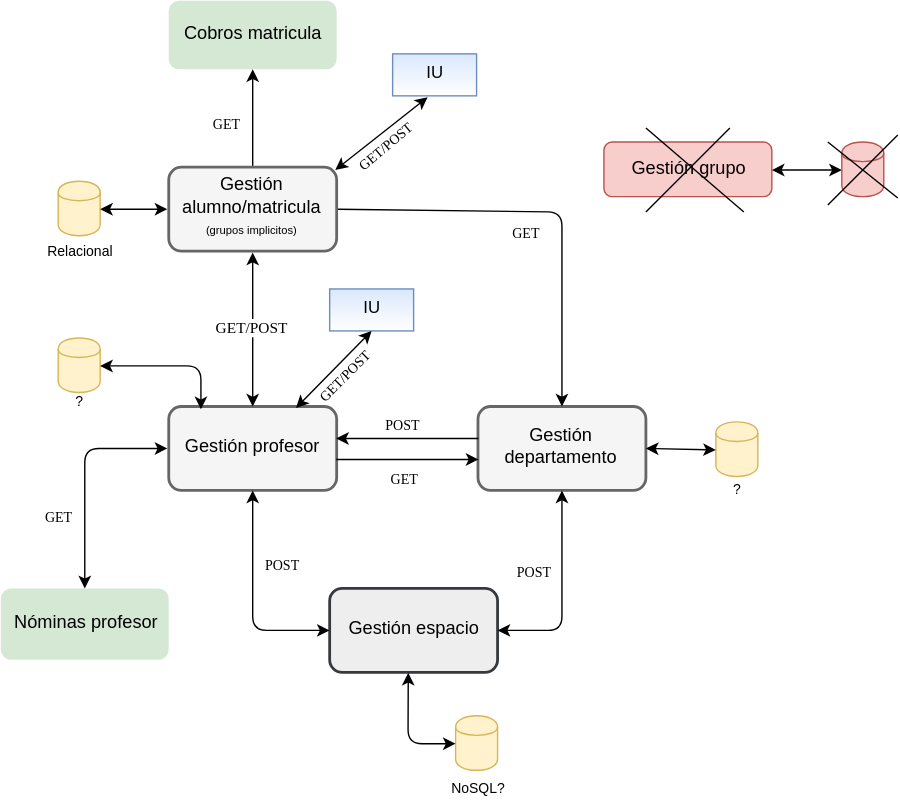
Earlier version of the draw.io export modelo.svg (santosuah/ServidoFlaskMyDB). Source tidied: cells renumbered, new cells last; positions are measured from the earlier drawing's top-left corner, leaving out a move shared by most shapes. The source it was exported from:
```xml
<mxGraphModel background="#ffffff">
  <root>
    <mxCell id="0" />
    <mxCell id="1" parent="0" />
    <mxCell id="2" value="Gestión alumno/matricula&lt;br&gt;&lt;font style=&quot;font-size: 8px&quot;&gt;(grupos implicitos)&lt;/font&gt;" style="rounded=1;whiteSpace=wrap;html=1;align=center;fontSize=13;fillColor=#f5f5f5;strokeColor=#666666;gradientColor=none;shadow=0;glass=0;comic=0;perimeterSpacing=1;strokeWidth=2;" parent="1" vertex="1">
      <mxGeometry x="120" y="119" width="120" height="60" as="geometry" />
    </mxCell>
    <mxCell id="3" value="Gestión grupo" style="rounded=1;whiteSpace=wrap;html=1;fontSize=13;fillColor=#f8cecc;strokeColor=#b85450;" parent="1" vertex="1">
      <mxGeometry x="431" y="101" width="120" height="39" as="geometry" />
    </mxCell>
    <mxCell id="4" value="Cobros matricula" style="rounded=1;html=1;fontStyle=0;fontSize=13;horizontal=1;align=center;labelPosition=center;verticalLabelPosition=middle;verticalAlign=middle;labelBackgroundColor=none;fontColor=#000000;labelBorderColor=none;whiteSpace=wrap;fillColor=#d5e8d4;strokeColor=none;gradientColor=none;gradientDirection=south;" parent="1" vertex="1">
      <mxGeometry x="120" width="120" height="49" as="geometry" />
    </mxCell>
    <mxCell id="5" value="Gestión departamento" style="rounded=1;whiteSpace=wrap;html=1;fontSize=13;fillColor=#f5f5f5;strokeColor=#666666;strokeWidth=2;" parent="1" vertex="1">
      <mxGeometry x="341" y="290" width="120" height="60" as="geometry" />
    </mxCell>
    <mxCell id="6" value="Gestión profesor" style="rounded=1;whiteSpace=wrap;html=1;fontSize=13;fillColor=#f5f5f5;strokeColor=#666666;strokeWidth=2;" parent="1" vertex="1">
      <mxGeometry x="120" y="290" width="120" height="60" as="geometry" />
    </mxCell>
    <mxCell id="7" value="Nóminas profesor" style="rounded=1;whiteSpace=wrap;html=1;fontSize=13;fillColor=#d5e8d4;strokeColor=none;" parent="1" vertex="1">
      <mxGeometry y="420" width="120" height="51" as="geometry" />
    </mxCell>
    <mxCell id="8" value="Gestión espacio" style="rounded=1;whiteSpace=wrap;html=1;verticalAlign=middle;fontSize=13;fillColor=#eeeeee;strokeColor=#36393d;strokeWidth=2;" parent="1" vertex="1">
      <mxGeometry x="235" y="420" width="120" height="60" as="geometry" />
    </mxCell>
    <mxCell id="9" style="shape=cylinder;whiteSpace=wrap;html=1;boundedLbl=1;fillColor=#fff2cc;strokeColor=#d6b656;" parent="1" vertex="1">
      <mxGeometry x="41" y="129" width="30" height="39" as="geometry" />
    </mxCell>
    <mxCell id="10" style="endArrow=classic;startArrow=classic;html=1;fontFamily=Lucida Console;entryX=0;entryY=0.5;exitX=1;exitY=0.5;" parent="1" edge="1" source="9" target="2">
      <mxGeometry relative="1" as="geometry" />
    </mxCell>
    <mxCell id="11" style="endArrow=classic;startArrow=classic;html=1;fontFamily=Lucida Console;entryX=0.5;entryY=1;exitX=0;exitY=0.5;" parent="1" edge="1" source="8" target="6">
      <mxGeometry relative="1" as="geometry">
        <Array as="points">
          <mxPoint x="180" y="450" />
        </Array>
      </mxGeometry>
    </mxCell>
    <mxCell id="12" style="endArrow=classic;startArrow=classic;html=1;fontFamily=Lucida Console;exitX=0.5;exitY=0;" parent="1" edge="1" source="7">
      <mxGeometry relative="1" as="geometry">
        <mxPoint x="119" y="320" as="targetPoint" />
        <Array as="points">
          <mxPoint x="60" y="320" />
        </Array>
      </mxGeometry>
    </mxCell>
    <mxCell id="13" value="GET/POST" style="endArrow=classic;startArrow=classic;html=1;fontFamily=Lucida Console;entryX=0.5;entryY=1;exitX=0.5;exitY=0;" parent="1" edge="1" source="6" target="2">
      <mxGeometry relative="1" as="geometry">
        <Array as="points">
          <mxPoint x="180" y="231" />
        </Array>
      </mxGeometry>
    </mxCell>
    <mxCell id="14" style="endArrow=classic;startArrow=classic;html=1;fontFamily=Lucida Console;entryX=0.5;entryY=1;exitX=1;exitY=0.5;" parent="1" edge="1" source="8" target="5">
      <mxGeometry relative="1" as="geometry">
        <Array as="points">
          <mxPoint x="401" y="450" />
        </Array>
      </mxGeometry>
    </mxCell>
    <mxCell id="15" style="endArrow=classic;startArrow=classic;html=1;fontFamily=Lucida Console;exitX=1;exitY=0.5;entryX=0;entryY=0.5;" parent="1" edge="1" source="3" target="16">
      <mxGeometry relative="1" as="geometry" />
    </mxCell>
    <mxCell id="16" style="shape=cylinder;whiteSpace=wrap;html=1;boundedLbl=1;fontColor=#000000;fillColor=#f8cecc;strokeColor=#b85450;" parent="1" vertex="1">
      <mxGeometry x="601" y="101" width="30" height="39" as="geometry" />
    </mxCell>
    <mxCell id="17" style="shape=cylinder;whiteSpace=wrap;html=1;boundedLbl=1;fillColor=#fff2cc;strokeColor=#d6b656;" parent="1" vertex="1">
      <mxGeometry x="41" y="241" width="30" height="39" as="geometry" />
    </mxCell>
    <mxCell id="18" style="endArrow=classic;startArrow=classic;html=1;fontFamily=Lucida Console;entryX=0.192;entryY=0.033;exitX=1;exitY=0.5;entryPerimeter=0;" parent="1" edge="1" source="17" target="6">
      <mxGeometry relative="1" as="geometry">
        <Array as="points">
          <mxPoint x="143" y="261" />
        </Array>
      </mxGeometry>
    </mxCell>
    <mxCell id="19" style="shape=cylinder;whiteSpace=wrap;html=1;boundedLbl=1;fillColor=#fff2cc;strokeColor=#d6b656;" parent="1" vertex="1">
      <mxGeometry x="325" y="511" width="30" height="39" as="geometry" />
    </mxCell>
    <mxCell id="20" style="endArrow=classic;startArrow=classic;html=1;fontFamily=Lucida Console;entryX=0;entryY=0.5;exitX=0.25;exitY=1;" parent="1" edge="1" target="19">
      <mxGeometry relative="1" as="geometry">
        <mxPoint x="291.2" y="480.3" as="sourcePoint" />
        <Array as="points">
          <mxPoint x="291" y="531" />
        </Array>
      </mxGeometry>
    </mxCell>
    <mxCell id="21" style="shape=cylinder;whiteSpace=wrap;html=1;boundedLbl=1;fillColor=#fff2cc;strokeColor=#d6b656;" parent="1" vertex="1">
      <mxGeometry x="511" y="301" width="30" height="39" as="geometry" />
    </mxCell>
    <mxCell id="22" style="endArrow=classic;startArrow=classic;html=1;fontFamily=Lucida Console;exitX=1;exitY=0.5;entryX=0;entryY=0.5;" parent="1" edge="1" source="5" target="21">
      <mxGeometry relative="1" as="geometry" />
    </mxCell>
    <mxCell id="23" value="IU" style="rounded=0;whiteSpace=wrap;html=1;fillColor=#dae8fc;strokeColor=#6c8ebf;gradientColor=#ffffff;" parent="1" vertex="1">
      <mxGeometry x="280" y="38" width="60" height="30" as="geometry" />
    </mxCell>
    <mxCell id="24" value="IU" style="rounded=0;whiteSpace=wrap;html=1;fillColor=#dae8fc;strokeColor=#6c8ebf;gradientColor=#ffffff;" parent="1" vertex="1">
      <mxGeometry x="235" y="206" width="60" height="30" as="geometry" />
    </mxCell>
    <mxCell id="25" style="endArrow=classic;html=1;fontFamily=Lucida Console;fontSize=13;fontColor=#000000;entryX=0.5;entryY=0;strokeWidth=1;" parent="1" edge="1" target="5">
      <mxGeometry relative="1" as="geometry">
        <mxPoint x="241" y="149" as="sourcePoint" />
        <Array as="points">
          <mxPoint x="401" y="151" />
        </Array>
      </mxGeometry>
    </mxCell>
    <mxCell id="26" value="GET" style="text;html=1;strokeColor=none;fillColor=none;align=center;verticalAlign=middle;whiteSpace=wrap;rounded=0;labelBackgroundColor=none;fontFamily=Lucida Console;fontSize=10;fontColor=#000000;" parent="1" vertex="1">
      <mxGeometry x="355" y="158" width="40" height="20" as="geometry" />
    </mxCell>
    <mxCell id="27" style="endArrow=classic;html=1;fontFamily=Lucida Console;fontSize=13;fontColor=#000000;exitX=0.5;exitY=0;entryX=0.5;entryY=1;" parent="1" edge="1" source="2" target="4">
      <mxGeometry relative="1" as="geometry" />
    </mxCell>
    <mxCell id="28" value="GET" style="text;html=1;strokeColor=none;fillColor=none;align=center;verticalAlign=middle;whiteSpace=wrap;rounded=0;labelBackgroundColor=none;fontFamily=Lucida Console;fontSize=10;fontColor=#000000;" parent="1" vertex="1">
      <mxGeometry x="141" y="80" width="40" height="20" as="geometry" />
    </mxCell>
    <mxCell id="29" style="endArrow=classic;startArrow=classic;html=1;fontFamily=Lucida Console;fontSize=13;fontColor=#000000;exitX=0.98;exitY=0.052;exitPerimeter=0;entryX=0.42;entryY=1.033;entryPerimeter=0;" parent="1" edge="1" source="2" target="23">
      <mxGeometry relative="1" as="geometry" />
    </mxCell>
    <mxCell id="30" value="GET/POST" style="text;html=1;strokeColor=none;fillColor=none;align=center;verticalAlign=middle;whiteSpace=wrap;rounded=0;labelBackgroundColor=none;fontFamily=Lucida Console;fontSize=10;fontColor=#000000;rotation=-40;fontStyle=0;" parent="1" vertex="1">
      <mxGeometry x="238" y="91" width="76" height="30" as="geometry" />
    </mxCell>
    <mxCell id="31" value="GET/POST" style="text;html=1;strokeColor=none;fillColor=none;align=center;verticalAlign=middle;whiteSpace=wrap;rounded=0;labelBackgroundColor=none;fontFamily=Lucida Console;fontSize=10;fontColor=#000000;rotation=-45;" parent="1" vertex="1">
      <mxGeometry x="222" y="262" width="50" height="16" as="geometry" />
    </mxCell>
    <mxCell id="32" style="endArrow=classic;startArrow=classic;html=1;fontFamily=Lucida Console;fontSize=10;fontColor=#000000;entryX=0.5;entryY=1;" parent="1" edge="1" target="24">
      <mxGeometry relative="1" as="geometry">
        <mxPoint x="211" y="291" as="sourcePoint" />
      </mxGeometry>
    </mxCell>
    <mxCell id="33" value="GET" style="text;html=1;strokeColor=none;fillColor=none;align=center;verticalAlign=middle;whiteSpace=wrap;rounded=0;labelBackgroundColor=none;fontFamily=Lucida Console;fontSize=10;fontColor=#000000;" parent="1" vertex="1">
      <mxGeometry x="21" y="361" width="40" height="20" as="geometry" />
    </mxCell>
    <mxCell id="34" style="endArrow=classic;html=1;fontFamily=Lucida Console;fontSize=10;fontColor=#000000;exitX=0;exitY=0.5;entryX=1;entryY=0.5;" parent="1" edge="1">
      <mxGeometry relative="1" as="geometry">
        <mxPoint x="341.3" y="312.8" as="sourcePoint" />
        <mxPoint x="239.7" y="312.8" as="targetPoint" />
      </mxGeometry>
    </mxCell>
    <mxCell id="35" value="POST" style="text;html=1;strokeColor=none;fillColor=none;align=center;verticalAlign=middle;whiteSpace=wrap;rounded=0;labelBackgroundColor=none;fontFamily=Lucida Console;fontSize=10;fontColor=#000000;" parent="1" vertex="1">
      <mxGeometry x="267" y="295" width="40" height="20" as="geometry" />
    </mxCell>
    <mxCell id="36" value="POST" style="text;html=1;strokeColor=none;fillColor=none;align=center;verticalAlign=middle;whiteSpace=wrap;rounded=0;labelBackgroundColor=none;fontFamily=Lucida Console;fontSize=10;fontColor=#000000;" parent="1" vertex="1">
      <mxGeometry x="181" y="395" width="40" height="20" as="geometry" />
    </mxCell>
    <mxCell id="37" style="endArrow=classic;html=1;exitX=1;exitY=0.75;entryX=0;entryY=0.75;" parent="1" edge="1">
      <mxGeometry relative="1" as="geometry">
        <mxPoint x="239.7" y="327.8" as="sourcePoint" />
        <mxPoint x="341.3" y="327.8" as="targetPoint" />
      </mxGeometry>
    </mxCell>
    <mxCell id="38" value="GET" style="text;html=1;strokeColor=none;fillColor=none;align=center;verticalAlign=middle;whiteSpace=wrap;rounded=0;labelBackgroundColor=none;fontFamily=Lucida Console;fontSize=10;fontColor=#000000;direction=south;" parent="1" vertex="1">
      <mxGeometry x="278" y="324" width="20" height="40" as="geometry" />
    </mxCell>
    <mxCell id="39" style="endArrow=none;html=1;" parent="1" edge="1">
      <mxGeometry relative="1" as="geometry">
        <mxPoint x="591" y="146" as="sourcePoint" />
        <mxPoint x="641" y="96" as="targetPoint" />
      </mxGeometry>
    </mxCell>
    <mxCell id="40" style="endArrow=none;html=1;" parent="1" edge="1">
      <mxGeometry relative="1" as="geometry">
        <mxPoint x="591" y="101" as="sourcePoint" />
        <mxPoint x="641" y="141" as="targetPoint" />
      </mxGeometry>
    </mxCell>
    <mxCell id="41" style="endArrow=none;html=1;" parent="1" edge="1">
      <mxGeometry relative="1" as="geometry">
        <mxPoint x="461" y="151" as="sourcePoint" />
        <mxPoint x="521" y="91" as="targetPoint" />
      </mxGeometry>
    </mxCell>
    <mxCell id="42" style="endArrow=none;html=1;" parent="1" edge="1">
      <mxGeometry relative="1" as="geometry">
        <mxPoint x="461" y="91" as="sourcePoint" />
        <mxPoint x="531" y="151" as="targetPoint" />
      </mxGeometry>
    </mxCell>
    <mxCell id="43" value="NoSQL?" style="text;html=1;strokeColor=none;fillColor=none;align=center;verticalAlign=middle;whiteSpace=wrap;rounded=0;labelBackgroundColor=none;fontFamily=Helvetica;fontSize=10;fontColor=#000000;" parent="1" vertex="1">
      <mxGeometry x="321" y="555" width="40" height="20" as="geometry" />
    </mxCell>
    <mxCell id="44" value="Relacional" style="text;html=1;strokeColor=none;fillColor=none;align=center;verticalAlign=middle;whiteSpace=wrap;rounded=0;labelBackgroundColor=none;fontFamily=Helvetica;fontSize=10;fontColor=#000000;" parent="1" vertex="1">
      <mxGeometry x="36" y="171" width="40" height="20" as="geometry" />
    </mxCell>
    <mxCell id="45" value="?" style="text;html=1;strokeColor=none;fillColor=none;align=center;verticalAlign=middle;whiteSpace=wrap;rounded=0;labelBackgroundColor=none;fontFamily=Helvetica;fontSize=10;fontColor=#000000;" parent="1" vertex="1">
      <mxGeometry x="506" y="341" width="40" height="20" as="geometry" />
    </mxCell>
    <mxCell id="46" value="?" style="text;html=1;strokeColor=none;fillColor=none;align=center;verticalAlign=middle;whiteSpace=wrap;rounded=0;labelBackgroundColor=none;fontFamily=Helvetica;fontSize=10;fontColor=#000000;" parent="1" vertex="1">
      <mxGeometry x="36" y="278" width="40" height="20" as="geometry" />
    </mxCell>
    <mxCell id="47" value="POST" style="text;html=1;strokeColor=none;fillColor=none;align=center;verticalAlign=middle;whiteSpace=wrap;rounded=0;labelBackgroundColor=none;fontFamily=Lucida Console;fontSize=10;fontColor=#000000;" parent="1" vertex="1">
      <mxGeometry x="361" y="400" width="40" height="20" as="geometry" />
    </mxCell>
  </root>
</mxGraphModel>
```
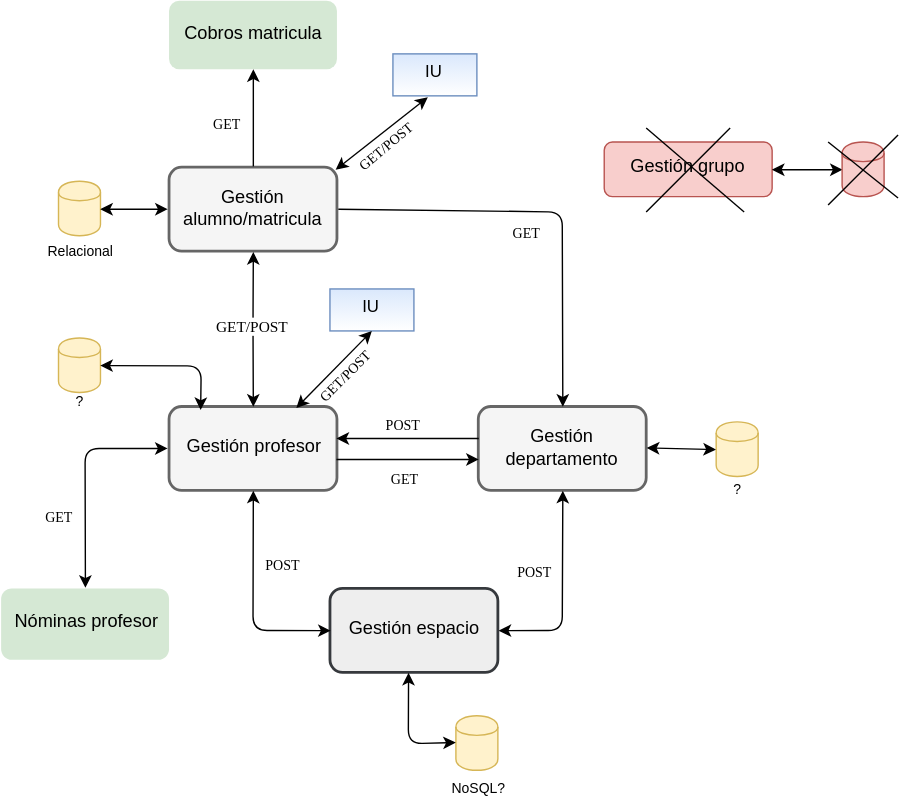
Later version of the same file.

Commit message:
Otra prueba

What changed in the source:
```diff
@@ -2,7 +2,7 @@
   <root>
     <mxCell id="0" />
     <mxCell id="1" parent="0" />
-    <mxCell id="2" value="Gestión alumno/matricula&lt;br&gt;&lt;font style=&quot;font-size: 8px&quot;&gt;(grupos implicitos)&lt;/font&gt;" style="rounded=1;whiteSpace=wrap;html=1;align=center;fontSize=13;fillColor=#f5f5f5;strokeColor=#666666;gradientColor=none;shadow=0;glass=0;comic=0;perimeterSpacing=1;strokeWidth=2;" parent="1" vertex="1">
+    <mxCell id="2" value="Gestión alumno/matricula" style="rounded=1;whiteSpace=wrap;html=1;align=center;fontSize=13;fillColor=#f5f5f5;strokeColor=#666666;gradientColor=none;shadow=0;glass=0;comic=0;perimeterSpacing=1;strokeWidth=2;" parent="1" vertex="1">
       <mxGeometry x="120" y="119" width="120" height="60" as="geometry" />
     </mxCell>
     <mxCell id="3" value="Gestión grupo" style="rounded=1;whiteSpace=wrap;html=1;fontSize=13;fillColor=#f8cecc;strokeColor=#b85450;" parent="1" vertex="1">
```
